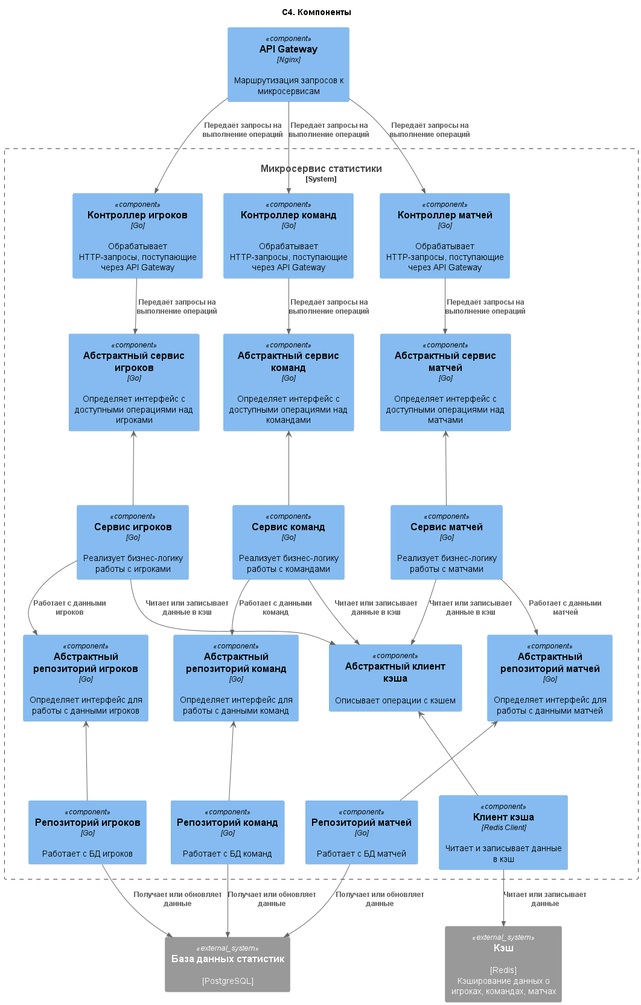
pdani1ov/project_doc keeps this PlantUML diagram as out/2. Технический проект/components/Component.png. Above is the earlier version.
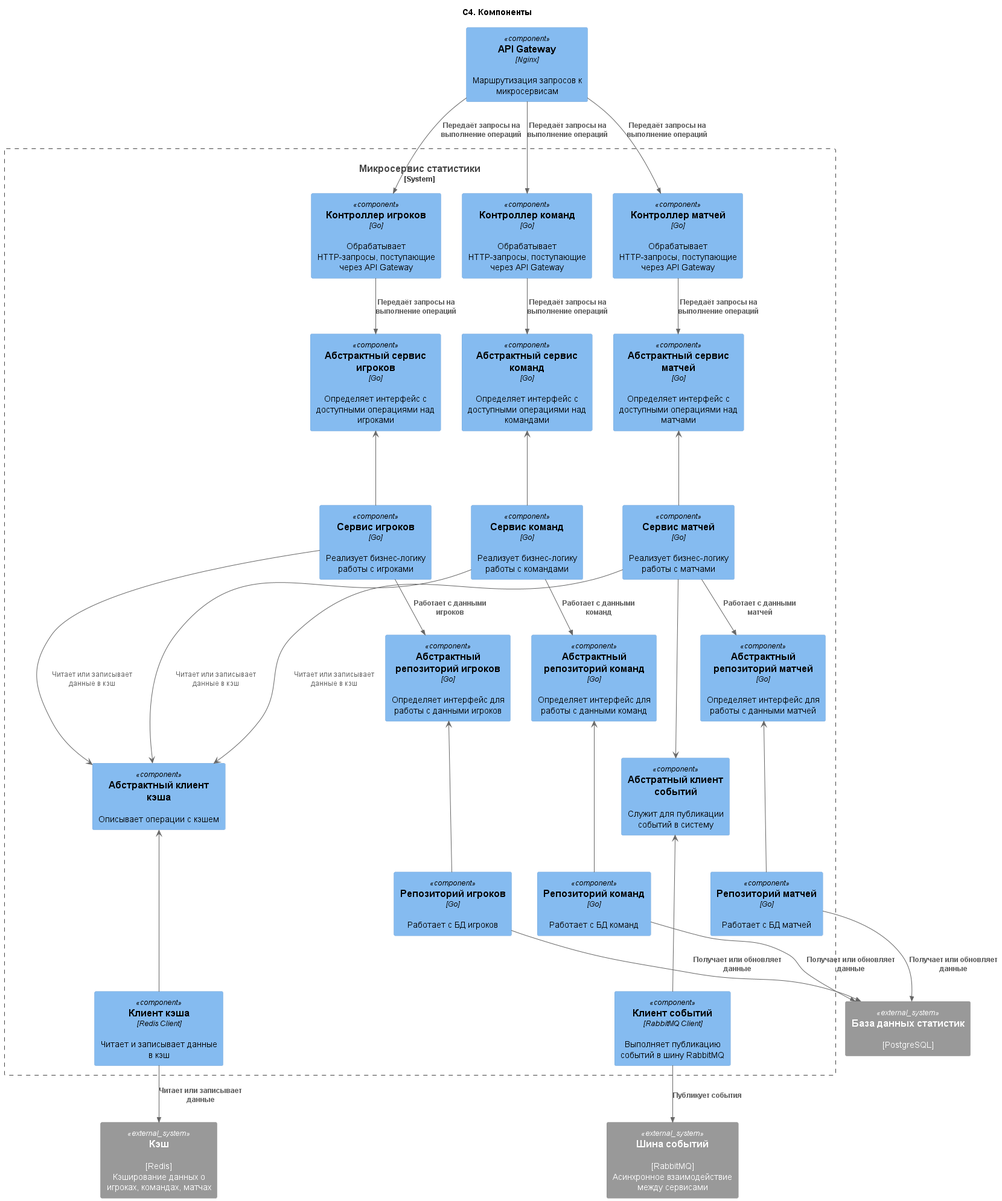
The same file after the commit.

Commit message:
Заменил систему резервного копирования на систему управления видеофрагментами, добавил шину событий, поправил container в C4

Diff of the diagram source:
```diff
@@ -9,24 +9,33 @@
     Component(playerController, "Контроллер игроков", "Go", "Обрабатывает HTTP-запросы, поступающие через API Gateway")
     Component(teamController, "Контроллер команд", "Go", "Обрабатывает HTTP-запросы, поступающие через API Gateway")
     Component(matchController, "Контроллер матчей", "Go", "Обрабатывает HTTP-запросы, поступающие через API Gateway")
+
     Component(playerInterfaceService, "Абстрактный сервис игроков", "Go", "Определяет интерфейс с доступными операциями над игроками")
     Component(teamInterfaceService, "Абстрактный сервис команд", "Go", "Определяет интерфейс с доступными операциями над командами")
     Component(matchInterfaceService, "Абстрактный сервис матчей", "Go", "Определяет интерфейс с доступными операциями над матчами")
+
     Component(playerService, "Сервис игроков", "Go", "Реализует бизнес-логику работы с игроками")
     Component(teamService, "Сервис команд", "Go", "Реализует бизнес-логику работы с командами")
     Component(matchService, "Сервис матчей", "Go", "Реализует бизнес-логику работы с матчами")
+
     Component(playerInterfaceRepository, "Абстрактный репозиторий игроков", "Go", "Определяет интерфейс для работы с данными игроков")
     Component(teamInterfaceRepository, "Абстрактный репозиторий команд", "Go", "Определяет интерфейс для работы с данными команд")
     Component(matchInterfaceRepository, "Абстрактный репозиторий матчей", "Go", "Определяет интерфейс для работы с данными матчей")
+
     Component(playerRepository, "Репозиторий игроков", "Go", "Работает с БД игроков")
     Component(teamRepository, "Репозиторий команд", "Go", "Работает с БД команд")
     Component(matchRepository, "Репозиторий матчей", "Go", "Работает с БД матчей")
+
     Component(interfaceCacheClient, "Абстрактный клиент кэша", "", "Описывает операции с кэшем")
     Component(cacheClient, "Клиент кэша", "Redis Client", "Читает и записывает данные в кэш")
+
+    Component(eventInterfaceClient, "Абстратный клиент событий", "", "Служит для публикации событий в систему")
+    Component(eventClient, "Клиент событий", "RabbitMQ Client", "Выполняет публикацию событий в шину RabbitMQ")
 }
 
 System_Ext(redis, "Кэш", "[Redis]\nКэширование данных о игроках, командах, матчах")
 System_Ext(db, "База данных статистик", "[PostgreSQL]")
+System_Ext(eventBus, "Шина событий", "[RabbitMQ]\nАсинхронное взаимодействие между сервисами")
 
 Rel(apiGateway, playerController, "Передаёт запросы на выполнение операций")
 Rel(apiGateway, teamController, "Передаёт запросы на выполнение операций")
@@ -47,16 +56,21 @@
 Rel(matchController, matchInterfaceService, "Передаёт запросы на выполнение операций")
 
 Rel(playerService, playerInterfaceRepository, "Работает с данными игроков")
-Rel(playerService, interfaceCacheClient, "Читает или записывает данные в кэш")
 Rel(teamService, teamInterfaceRepository, "Работает с данными команд")
-Rel(teamService, interfaceCacheClient, "Читает или записывает данные в кэш")
 Rel(matchService, matchInterfaceRepository, "Работает с данными матчей")
-Rel(matchService, interfaceCacheClient, "Читает или записывает данные в кэш")
+
+playerService ---> interfaceCacheClient : Читает или записывает данные в кэш
+teamService ---> interfaceCacheClient : Читает или записывает данные в кэш
+matchService ---> interfaceCacheClient : Читает или записывает данные в кэш
+
+matchService ---> eventInterfaceClient
+eventInterfaceClient <--- eventClient
 
 Rel(playerRepository, db, "Получает или обновляет данные")
 Rel(teamRepository, db, "Получает или обновляет данные")
 Rel(matchRepository, db, "Получает или обновляет данные")
 
 Rel(cacheClient, redis, "Читает или записывает данные")
+Rel(eventClient, eventBus, "Публикует события")
 
 @enduml
```
